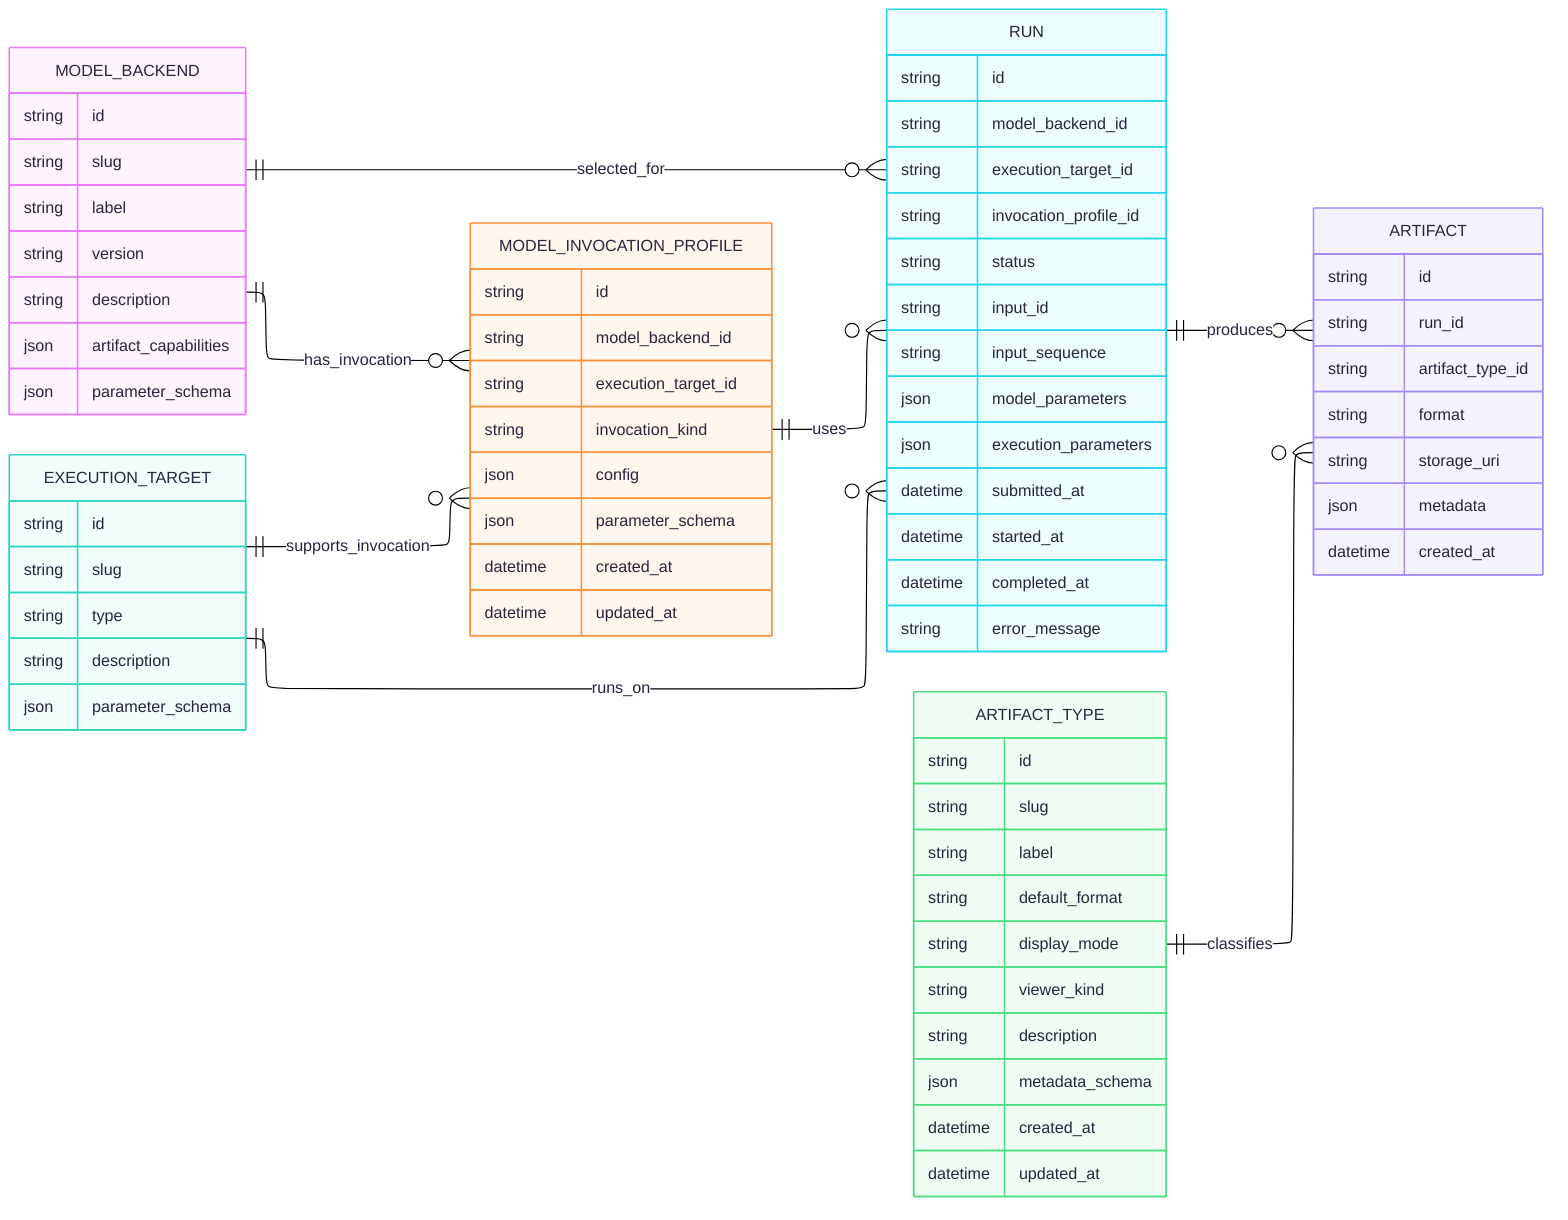
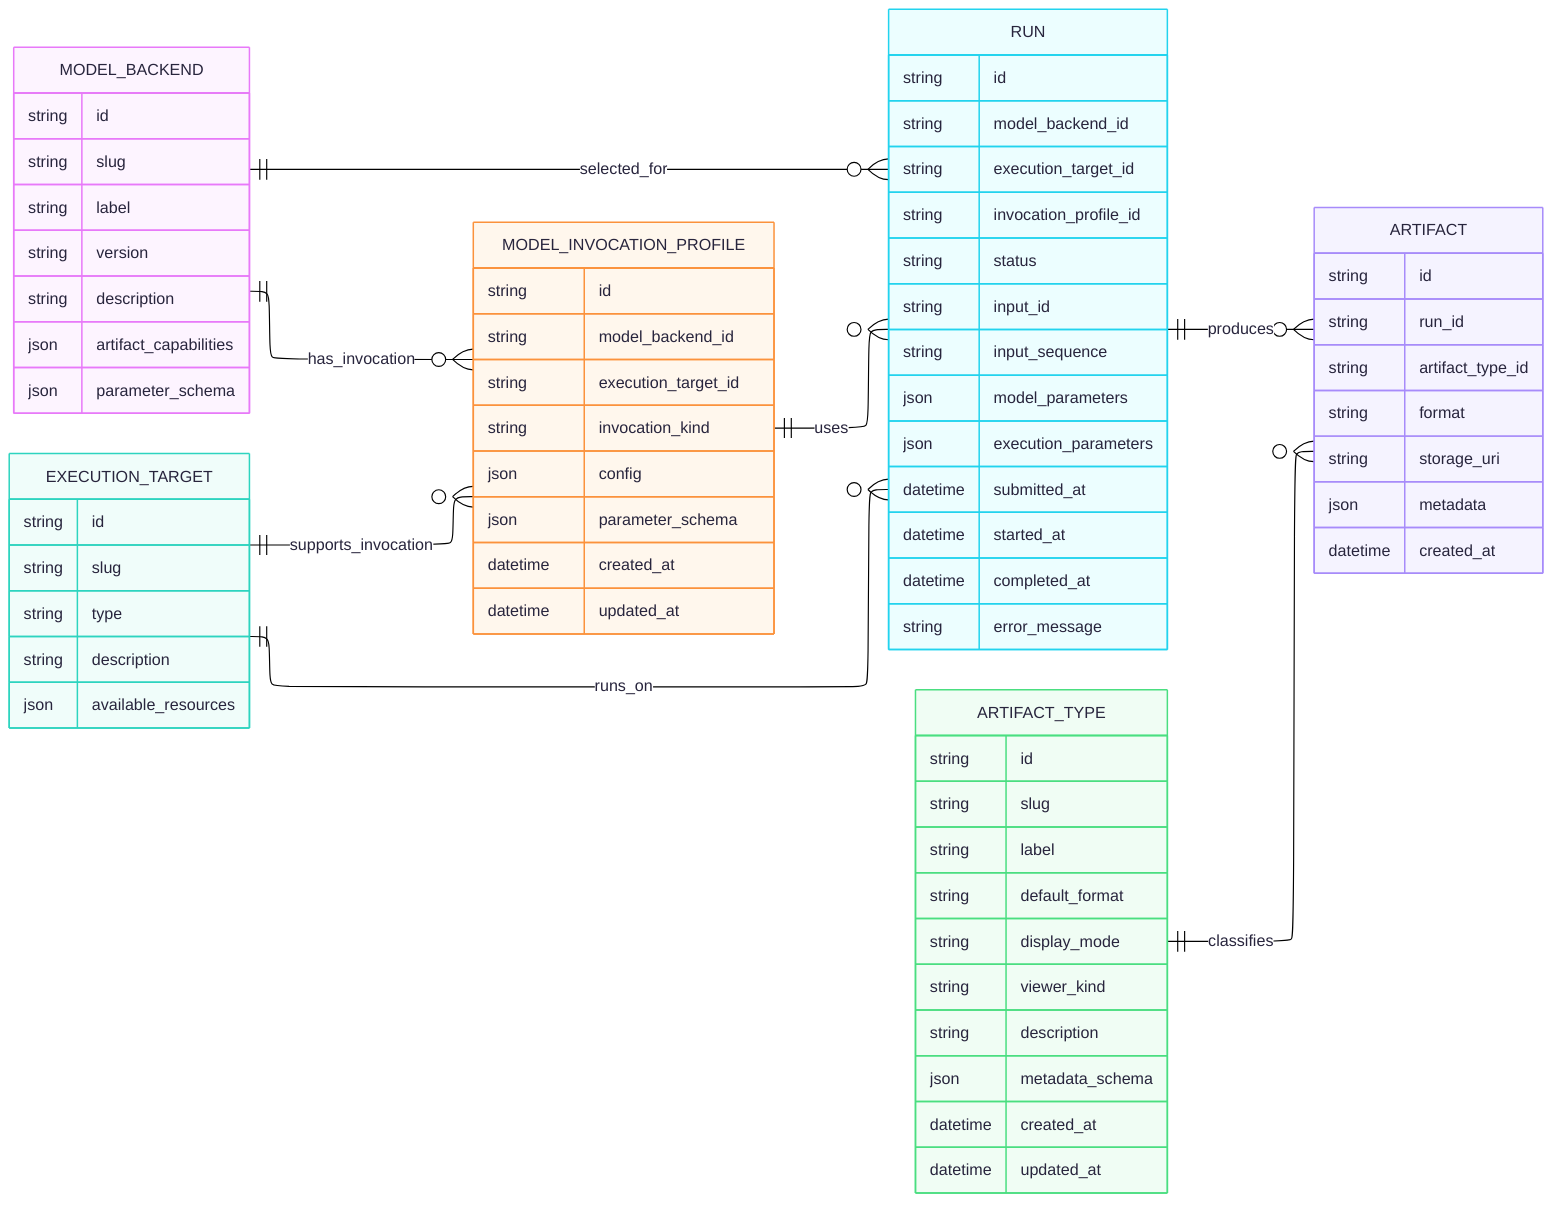
---
config:
  layout: elk
  theme: redux-color
---
erDiagram
    direction LR

    MODEL_BACKEND {
        string id
        string slug
        string label
        string version
        string description
        json artifact_capabilities
        json parameter_schema
    }

    EXECUTION_TARGET {
        string id
        string slug
        string type
        string description
-         json parameter_schema
+         json available_resources
    }

    MODEL_INVOCATION_PROFILE {
        string id
        string model_backend_id
        string execution_target_id
        string invocation_kind
        json config
        json parameter_schema
        datetime created_at
        datetime updated_at
    }

    RUN {
        string id
        string model_backend_id
        string execution_target_id
        string invocation_profile_id
        string status
        string input_id
        string input_sequence
        json model_parameters
        json execution_parameters
        datetime submitted_at
        datetime started_at
        datetime completed_at
        string error_message
    }

    ARTIFACT_TYPE {
        string id
        string slug
        string label
        string default_format
        string display_mode
        string viewer_kind
        string description
        json metadata_schema
        datetime created_at
        datetime updated_at
    }

    ARTIFACT {
        string id
        string run_id
        string artifact_type_id
        string format
        string storage_uri
        json metadata
        datetime created_at
    }

    MODEL_BACKEND ||--o{ RUN : "selected_for"
    EXECUTION_TARGET ||--o{ RUN : "runs_on"
    MODEL_INVOCATION_PROFILE ||--o{ RUN : "uses"

    MODEL_BACKEND ||--o{ MODEL_INVOCATION_PROFILE : "has_invocation"
    EXECUTION_TARGET ||--o{ MODEL_INVOCATION_PROFILE : "supports_invocation"

    RUN ||--o{ ARTIFACT : "produces"
    ARTIFACT_TYPE ||--o{ ARTIFACT : "classifies"